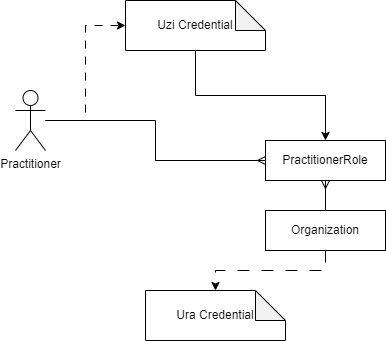
Before: input/images/Trust_structure.png, a diagram exported from draw.io (SanteonNL/shared-care-planning). Source tidied: cells renumbered, new cells last; positions are measured from the earlier drawing's top-left corner, leaving out a move shared by most shapes.
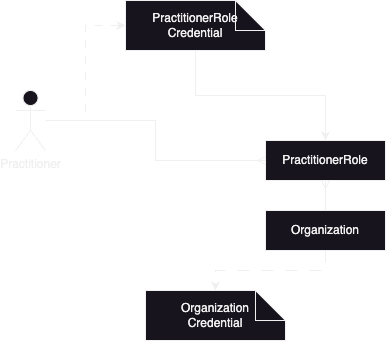
After the change.

Commit message:
moved URA and UZI from authentication page (incl pictures) to enrollment use case page

The edit, as a diff of the source:
```diff
@@ -16,7 +16,7 @@
     <mxCell id="4" style="edgeStyle=orthogonalEdgeStyle;rounded=0;jettySize=auto;html=1;entryX=0.5;entryY=0;entryDx=0;entryDy=0;" parent="1" edge="1" source="5" target="6">
       <mxGeometry relative="1" as="geometry" />
     </mxCell>
-    <mxCell id="5" value="&lt;div style=&quot;text-align: start;&quot;&gt;&lt;div&gt;Uzi Credential&lt;/div&gt;&lt;div&gt;&lt;/div&gt;&lt;div&gt;&lt;/div&gt;&lt;/div&gt;&lt;div style=&quot;text-align: start;&quot;&gt;&lt;div&gt;&lt;/div&gt;&lt;/div&gt;" style="shape=note;whiteSpace=wrap;html=1;backgroundOutline=1;darkOpacity=0.05;" parent="1" vertex="1">
+    <mxCell id="5" value="&lt;div style=&quot;&quot;&gt;&lt;div style=&quot;&quot;&gt;PractitionerRole Credential&lt;/div&gt;&lt;div&gt;&lt;/div&gt;&lt;div&gt;&lt;/div&gt;&lt;/div&gt;&lt;div style=&quot;text-align: start;&quot;&gt;&lt;div&gt;&lt;/div&gt;&lt;/div&gt;" style="shape=note;whiteSpace=wrap;html=1;backgroundOutline=1;darkOpacity=0.05;" parent="1" vertex="1">
       <mxGeometry x="110" width="140" height="50" as="geometry" />
     </mxCell>
     <mxCell id="6" value="&lt;div style=&quot;text-align: start;&quot;&gt;PractitionerRole&lt;/div&gt;&lt;div style=&quot;text-align: start;&quot;&gt;&lt;div&gt;&lt;/div&gt;&lt;/div&gt;" style="rounded=0;whiteSpace=wrap;html=1;" parent="1" vertex="1">
@@ -28,7 +28,7 @@
     <mxCell id="8" value="&lt;div style=&quot;text-align: start;&quot;&gt;Organization&lt;br&gt;&lt;/div&gt;&lt;div style=&quot;text-align: start;&quot;&gt;&lt;div&gt;&lt;/div&gt;&lt;/div&gt;" style="rounded=0;whiteSpace=wrap;html=1;" parent="1" vertex="1">
       <mxGeometry x="250" y="210" width="120" height="40" as="geometry" />
     </mxCell>
-    <mxCell id="9" value="&lt;div style=&quot;text-align: start;&quot;&gt;&lt;div&gt;Ura Credential&lt;br&gt;&lt;/div&gt;&lt;div&gt;&lt;/div&gt;&lt;div&gt;&lt;/div&gt;&lt;/div&gt;&lt;div style=&quot;text-align: start;&quot;&gt;&lt;div&gt;&lt;/div&gt;&lt;/div&gt;" style="shape=note;whiteSpace=wrap;html=1;backgroundOutline=1;darkOpacity=0.05;" parent="1" vertex="1">
+    <mxCell id="9" value="&lt;div style=&quot;&quot;&gt;&lt;div&gt;&lt;div style=&quot;&quot;&gt;&lt;span style=&quot;background-color: initial;&quot;&gt;Organization&lt;/span&gt;&lt;/div&gt;&lt;div style=&quot;&quot;&gt;&lt;span style=&quot;background-color: initial;&quot;&gt;Credential&lt;/span&gt;&lt;/div&gt;&lt;/div&gt;&lt;div&gt;&lt;/div&gt;&lt;div&gt;&lt;/div&gt;&lt;/div&gt;&lt;div style=&quot;text-align: start;&quot;&gt;&lt;div&gt;&lt;/div&gt;&lt;/div&gt;" style="shape=note;whiteSpace=wrap;html=1;backgroundOutline=1;darkOpacity=0.05;" parent="1" vertex="1">
       <mxGeometry x="130" y="290" width="140" height="50" as="geometry" />
     </mxCell>
     <mxCell id="10" style="edgeStyle=orthogonalEdgeStyle;rounded=0;jettySize=auto;html=1;entryX=0.5;entryY=0;entryDx=0;entryDy=0;entryPerimeter=0;dashed=1;dashPattern=12 12;" parent="1" edge="1" source="8" target="9">
```
